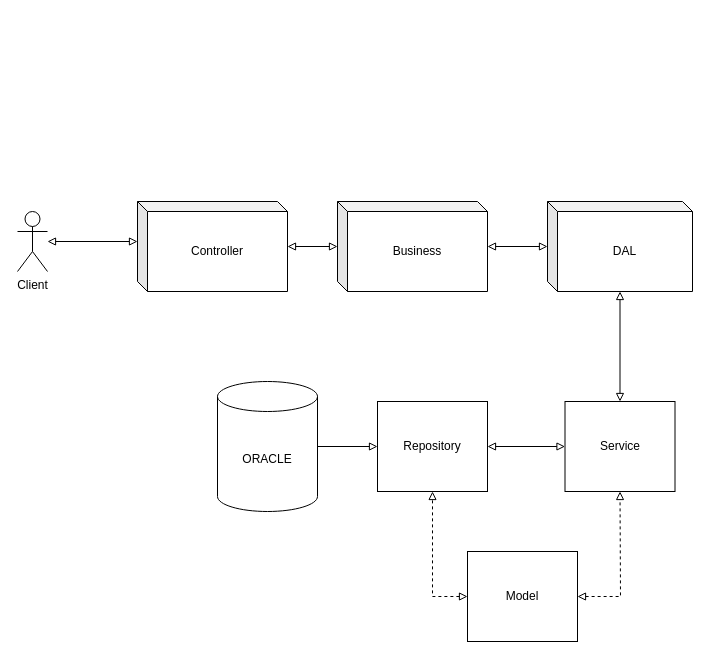
Earlier version of the draw.io diagram how_develop.drawio (donpandix/diagram). Source tidied: cells renumbered, new cells numbered last; positions are measured from the earlier drawing's top-left corner, leaving out a move shared by most shapes. Both pictures are drawn from the tidied source at 100%, with x=0, y=0 at pixel (17, 201).
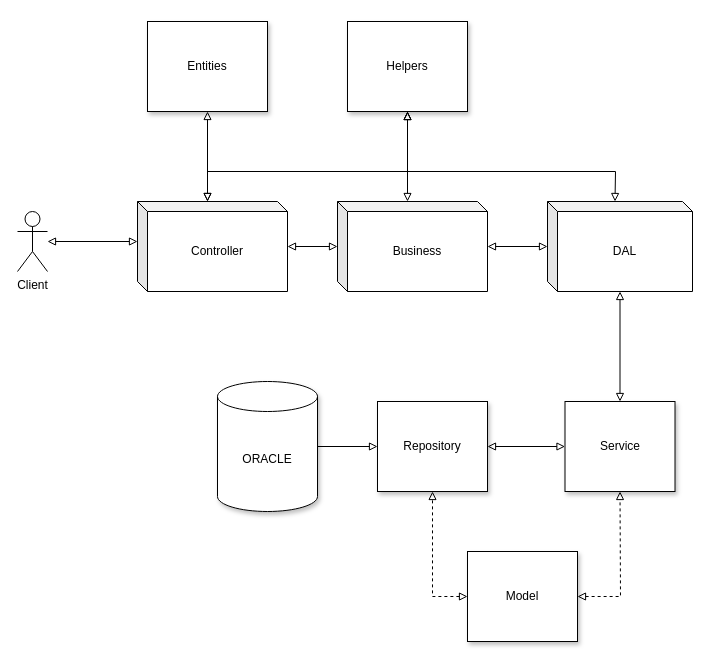
After the change.

Diff of the diagram source:
```diff
@@
-    <mxCell id="3" value="Controller" style="shape=cube;whiteSpace=wrap;html=1;boundedLbl=1;backgroundOutline=1;darkOpacity=0.05;darkOpacity2=0.1;size=10;" parent="1" vertex="1">
+    <mxCell id="3" value="Controller" style="shape=cube;whiteSpace=wrap;html=1;boundedLbl=1;backgroundOutline=1;darkOpacity=0.05;darkOpacity2=0.1;size=10;shadow=0;" parent="1" vertex="1">
       <mxGeometry x="120" width="150" height="90" as="geometry" />
     </mxCell>
@@
-    <mxCell id="5" value="Business" style="shape=cube;whiteSpace=wrap;html=1;boundedLbl=1;backgroundOutline=1;darkOpacity=0.05;darkOpacity2=0.1;size=10;" parent="1" vertex="1">
+    <mxCell id="5" value="Business" style="shape=cube;whiteSpace=wrap;html=1;boundedLbl=1;backgroundOutline=1;darkOpacity=0.05;darkOpacity2=0.1;size=10;shadow=0;" parent="1" vertex="1">
       <mxGeometry x="320" width="150" height="90" as="geometry" />
     </mxCell>
@@
-    <mxCell id="7" value="DAL" style="shape=cube;whiteSpace=wrap;html=1;boundedLbl=1;backgroundOutline=1;darkOpacity=0.05;darkOpacity2=0.1;size=10;" parent="1" vertex="1">
+    <mxCell id="7" value="DAL" style="shape=cube;whiteSpace=wrap;html=1;boundedLbl=1;backgroundOutline=1;darkOpacity=0.05;darkOpacity2=0.1;size=10;shadow=0;" parent="1" vertex="1">
       <mxGeometry x="530" width="145" height="90" as="geometry" />
     </mxCell>
@@
-    <mxCell id="9" value="Service" style="rounded=0;whiteSpace=wrap;html=1;" parent="1" vertex="1">
+    <mxCell id="9" value="Service" style="rounded=0;whiteSpace=wrap;html=1;shadow=1;" parent="1" vertex="1">
       <mxGeometry x="547.5" y="200" width="110" height="90" as="geometry" />
     </mxCell>
@@
-    <mxCell id="12" value="Model" style="rounded=0;whiteSpace=wrap;html=1;" parent="1" vertex="1">
+    <mxCell id="12" value="Model" style="rounded=0;whiteSpace=wrap;html=1;shadow=1;" parent="1" vertex="1">
       <mxGeometry x="450" y="350" width="110" height="90" as="geometry" />
     </mxCell>
@@
-    <mxCell id="14" value="Repository" style="rounded=0;whiteSpace=wrap;html=1;" parent="1" vertex="1">
+    <mxCell id="14" value="Repository" style="rounded=0;whiteSpace=wrap;html=1;shadow=1;" parent="1" vertex="1">
       <mxGeometry x="360" y="200" width="110" height="90" as="geometry" />
     </mxCell>
-    <mxCell id="15" value="ORACLE" style="shape=cylinder3;whiteSpace=wrap;html=1;boundedLbl=1;backgroundOutline=1;size=15;" parent="1" vertex="1">
+    <mxCell id="15" value="ORACLE" style="shape=cylinder3;whiteSpace=wrap;html=1;boundedLbl=1;backgroundOutline=1;size=15;shadow=1;" parent="1" vertex="1">
       <mxGeometry x="200" y="180" width="100" height="130" as="geometry" />
     </mxCell>
@@
+    <mxCell id="18" style="edgeStyle=none;rounded=0;jettySize=auto;html=1;entryX=0;entryY=0;entryDx=70;entryDy=0;entryPerimeter=0;startArrow=block;startFill=0;endArrow=block;endFill=0;" parent="1" edge="1" source="21" target="5">
+      <mxGeometry relative="1" as="geometry" />
+    </mxCell>
+    <mxCell id="19" style="edgeStyle=none;rounded=0;jettySize=auto;html=1;entryX=0;entryY=0;entryDx=67.5;entryDy=0;entryPerimeter=0;startArrow=block;startFill=0;endArrow=block;endFill=0;" parent="1" edge="1" source="21" target="7">
+      <mxGeometry relative="1" as="geometry">
+        <Array as="points">
+          <mxPoint x="390" y="-30" />
+          <mxPoint x="598" y="-30" />
+        </Array>
+      </mxGeometry>
+    </mxCell>
+    <mxCell id="20" style="edgeStyle=none;rounded=0;jettySize=auto;html=1;entryX=0;entryY=0;entryDx=70;entryDy=0;entryPerimeter=0;startArrow=block;startFill=0;endArrow=block;endFill=0;" parent="1" edge="1" source="21" target="3">
+      <mxGeometry relative="1" as="geometry">
+        <Array as="points">
+          <mxPoint x="390" y="-30" />
+          <mxPoint x="190" y="-30" />
+        </Array>
+      </mxGeometry>
+    </mxCell>
+    <mxCell id="21" value="Helpers" style="rounded=0;whiteSpace=wrap;html=1;shadow=1;" parent="1" vertex="1">
+      <mxGeometry x="330" y="-180" width="120" height="90" as="geometry" />
+    </mxCell>
+    <mxCell id="22" style="edgeStyle=none;rounded=0;jettySize=auto;html=1;startArrow=block;startFill=0;endArrow=block;endFill=0;" parent="1" edge="1" source="23">
+      <mxGeometry relative="1" as="geometry">
+        <mxPoint x="190" as="targetPoint" />
+      </mxGeometry>
+    </mxCell>
+    <mxCell id="23" value="Entities" style="rounded=0;whiteSpace=wrap;html=1;shadow=1;" parent="1" vertex="1">
+      <mxGeometry x="130" y="-180" width="120" height="90" as="geometry" />
+    </mxCell>
```
